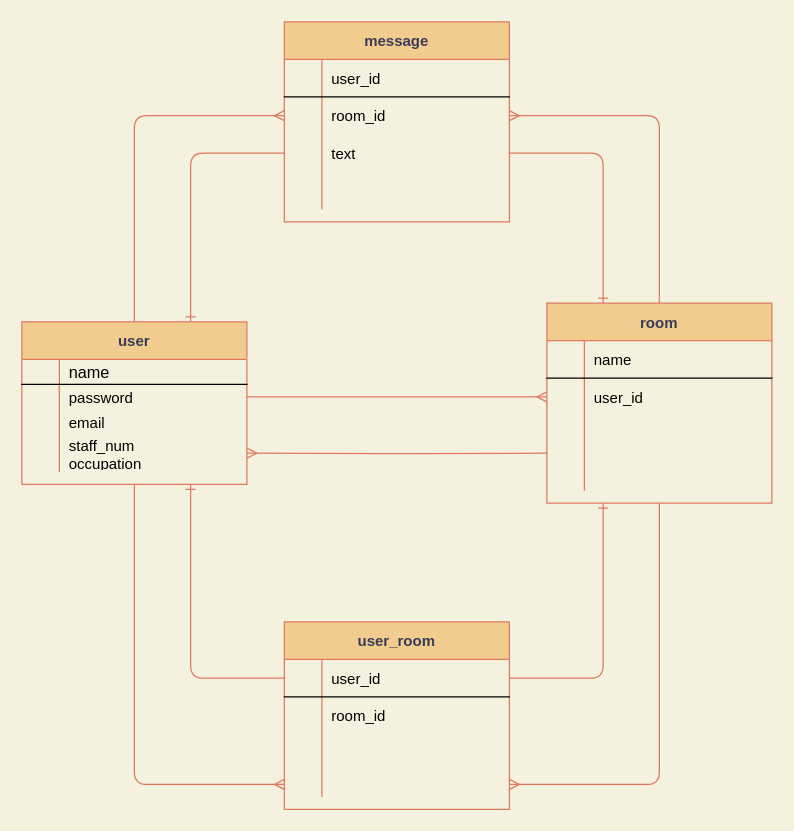
Above: medeco.dio in mamewharu/medeco (draw.io), before the change. Source tidied: cells renumbered, new cells numbered last; positions are measured from the earlier drawing's top-left corner, leaving out a move shared by most shapes. Both pictures are drawn from the tidied source at 125%, with x=0, y=0 at pixel (21, 21).
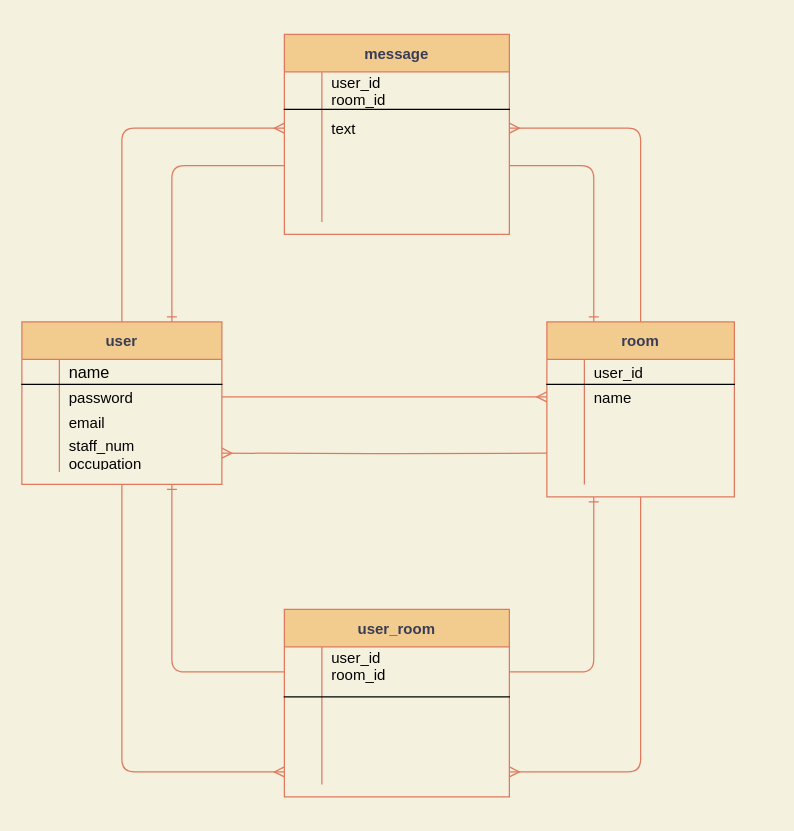
Above is the later version.

Unchanged cells that the change refers to:
```xml
<mxCell id="33" style="shape=partialRectangle;fillColor=none;top=0;left=0;bottom=1;right=0;" parent="32" vertex="1">
  <mxGeometry y="30" width="180" height="30" as="geometry" />
</mxCell>
<mxCell id="36" style="shape=partialRectangle;fillColor=none;top=0;left=0;bottom=0;right=0;points=[[0,0.5],[1,0.5]];portConstraint=eastwest;" parent="32" vertex="1">
  <mxGeometry y="60" width="180" height="30" as="geometry" />
</mxCell>
<mxCell id="39" style="shape=partialRectangle;fillColor=none;top=0;left=0;bottom=0;right=0;points=[[0,0.5],[1,0.5]];portConstraint=eastwest;" parent="32" vertex="1">
  <mxGeometry y="90" width="180" height="30" as="geometry" />
</mxCell>
```

The edit, as a diff of the source:
```diff
@@
     <mxCell id="4" value="user" style="shape=table;startSize=30;childLayout=tableLayout;rowLines=0;fontStyle=1;align=center;rounded=0;sketch=0;strokeColor=#E07A5F;fillColor=#F2CC8F;fontColor=#393C56;" parent="1" vertex="1">
-      <mxGeometry y="240" width="180" height="130" as="geometry" />
+      <mxGeometry y="240" width="160" height="130" as="geometry" />
     </mxCell>
     <mxCell id="5" style="shape=partialRectangle;fillColor=none;top=0;left=0;bottom=1;right=0;" parent="4" vertex="1">
-      <mxGeometry y="30" width="180" height="20" as="geometry" />
+      <mxGeometry y="30" width="160" height="20" as="geometry" />
     </mxCell>
@@
-    <mxCell id="7" value="name" style="shape=partialRectangle;fillColor=none;top=0;left=0;bottom=0;right=0;align=left;spacingLeft=6;fontStyle=0;overflow=hidden;fontColor=#000000;fontSize=13;" parent="5" vertex="1">
-      <mxGeometry x="30" width="150" height="20" as="geometry" />
+    <mxCell id="7" value="name" style="shape=partialRectangle;fillColor=none;top=0;left=0;bottom=0;right=0;align=left;spacingLeft=6;fontStyle=0;overflow=hidden;fontColor=#000000;fontSize=13;strokeColor=none;" parent="5" vertex="1">
+      <mxGeometry x="30" width="130" height="20" as="geometry" />
     </mxCell>
     <mxCell id="8" style="shape=partialRectangle;fillColor=none;top=0;left=0;bottom=0;right=0;points=[[0,0.5],[1,0.5]];portConstraint=eastwest;" parent="4" vertex="1">
-      <mxGeometry y="50" width="180" height="20" as="geometry" />
+      <mxGeometry y="50" width="160" height="20" as="geometry" />
     </mxCell>
@@
     <mxCell id="10" value="password" style="shape=partialRectangle;fillColor=none;top=0;left=0;bottom=0;right=0;align=left;spacingLeft=6;overflow=hidden;fontColor=#000000;" parent="8" vertex="1">
-      <mxGeometry x="30" width="150" height="20" as="geometry" />
+      <mxGeometry x="30" width="130" height="20" as="geometry" />
     </mxCell>
     <mxCell id="11" style="shape=partialRectangle;fillColor=none;top=0;left=0;bottom=0;right=0;" parent="4" vertex="1">
-      <mxGeometry y="70" width="180" height="20" as="geometry" />
+      <mxGeometry y="70" width="160" height="20" as="geometry" />
     </mxCell>
@@
     <mxCell id="13" value="email" style="shape=partialRectangle;fillColor=none;top=0;left=0;bottom=0;right=0;align=left;spacingLeft=6;overflow=hidden;fontColor=#000000;" parent="11" vertex="1">
-      <mxGeometry x="30" width="150" height="20" as="geometry" />
+      <mxGeometry x="30" width="130" height="20" as="geometry" />
     </mxCell>
     <mxCell id="14" style="shape=partialRectangle;fillColor=none;top=0;left=0;bottom=0;right=0;points=[[0,0.5],[1,0.5]];portConstraint=eastwest;" parent="4" vertex="1">
-      <mxGeometry y="90" width="180" height="30" as="geometry" />
+      <mxGeometry y="90" width="160" height="30" as="geometry" />
     </mxCell>
@@
     <mxCell id="16" value="staff_num&#10;occupation" style="shape=partialRectangle;fillColor=none;top=0;left=0;bottom=0;right=0;align=left;spacingLeft=6;overflow=hidden;fontColor=#000000;labelBackgroundColor=none;whiteSpace=wrap;" parent="14" vertex="1">
-      <mxGeometry x="30" width="150" height="30" as="geometry" />
+      <mxGeometry x="30" width="130" height="30" as="geometry" />
     </mxCell>
@@
     <mxCell id="19" value="room" style="shape=table;startSize=30;childLayout=tableLayout;rowLines=0;fontStyle=1;align=center;rounded=0;sketch=0;strokeColor=#E07A5F;fillColor=#F2CC8F;fontColor=#393C56;" parent="1" vertex="1">
-      <mxGeometry x="420" y="225" width="180" height="160" as="geometry" />
+      <mxGeometry x="420" y="240" width="150" height="140" as="geometry" />
     </mxCell>
     <mxCell id="20" style="shape=partialRectangle;fillColor=none;top=0;left=0;bottom=1;right=0;" parent="19" vertex="1">
-      <mxGeometry y="30" width="180" height="30" as="geometry" />
+      <mxGeometry y="30" width="150" height="20" as="geometry" />
     </mxCell>
     <mxCell id="21" style="shape=partialRectangle;fillColor=none;top=0;left=0;bottom=0;right=0;fontStyle=1;overflow=hidden;" parent="20" vertex="1">
-      <mxGeometry width="30" height="30" as="geometry" />
+      <mxGeometry width="30" height="20" as="geometry" />
     </mxCell>
-    <mxCell id="22" value="name" style="shape=partialRectangle;fillColor=none;top=0;left=0;bottom=0;right=0;align=left;spacingLeft=6;fontStyle=0;overflow=hidden;fontColor=#000000;" parent="20" vertex="1">
-      <mxGeometry x="30" width="150" height="30" as="geometry" />
+    <mxCell id="22" value="user_id" style="shape=partialRectangle;fillColor=none;top=0;left=0;bottom=0;right=0;align=left;spacingLeft=6;fontStyle=0;overflow=hidden;fontColor=#000000;" parent="20" vertex="1">
+      <mxGeometry x="30" width="120" height="20" as="geometry" />
     </mxCell>
     <mxCell id="23" style="shape=partialRectangle;fillColor=none;top=0;left=0;bottom=0;right=0;points=[[0,0.5],[1,0.5]];portConstraint=eastwest;" parent="19" vertex="1">
-      <mxGeometry y="60" width="180" height="30" as="geometry" />
+      <mxGeometry y="50" width="150" height="20" as="geometry" />
     </mxCell>
     <mxCell id="24" style="shape=partialRectangle;fillColor=none;top=0;left=0;bottom=0;right=0;overflow=hidden;" parent="23" vertex="1">
-      <mxGeometry width="30" height="30" as="geometry" />
+      <mxGeometry width="30" height="20" as="geometry" />
     </mxCell>
-    <mxCell id="25" value="user_id" style="shape=partialRectangle;fillColor=none;top=0;left=0;bottom=0;right=0;align=left;spacingLeft=6;overflow=hidden;fontColor=#000000;" parent="23" vertex="1">
-      <mxGeometry x="30" width="150" height="30" as="geometry" />
+    <mxCell id="25" value="name" style="shape=partialRectangle;fillColor=none;top=0;left=0;bottom=0;right=0;align=left;spacingLeft=6;overflow=hidden;fontColor=#000000;" parent="23" vertex="1">
+      <mxGeometry x="30" width="120" height="20" as="geometry" />
     </mxCell>
     <mxCell id="26" style="shape=partialRectangle;fillColor=none;top=0;left=0;bottom=0;right=0;" parent="19" vertex="1">
-      <mxGeometry y="90" width="180" height="30" as="geometry" />
+      <mxGeometry y="70" width="150" height="30" as="geometry" />
     </mxCell>
@@
     <mxCell id="28" style="shape=partialRectangle;fillColor=none;top=0;left=0;bottom=0;right=0;align=left;spacingLeft=6;overflow=hidden;" parent="26" vertex="1">
-      <mxGeometry x="30" width="150" height="30" as="geometry" />
+      <mxGeometry x="30" width="120" height="30" as="geometry" />
     </mxCell>
     <mxCell id="29" style="shape=partialRectangle;fillColor=none;top=0;left=0;bottom=0;right=0;" parent="19" vertex="1">
-      <mxGeometry y="120" width="180" height="30" as="geometry" />
+      <mxGeometry y="100" width="150" height="30" as="geometry" />
     </mxCell>
@@
     <mxCell id="31" style="shape=partialRectangle;fillColor=none;top=0;left=0;bottom=0;right=0;align=left;spacingLeft=6;overflow=hidden;" parent="29" vertex="1">
-      <mxGeometry x="30" width="150" height="30" as="geometry" />
+      <mxGeometry x="30" width="120" height="30" as="geometry" />
     </mxCell>
     <mxCell id="32" value="message" style="shape=table;startSize=30;childLayout=tableLayout;rowLines=0;fontStyle=1;align=center;rounded=0;sketch=0;strokeColor=#E07A5F;fillColor=#F2CC8F;fontColor=#393C56;" parent="1" vertex="1">
-      <mxGeometry x="210" width="180" height="160" as="geometry" />
+      <mxGeometry x="210" y="10" width="180" height="160" as="geometry" />
     </mxCell>
@@
-    <mxCell id="35" value="user_id" style="shape=partialRectangle;fillColor=none;top=0;left=0;bottom=0;right=0;align=left;spacingLeft=6;fontStyle=0;overflow=hidden;fontColor=#000000;" parent="33" vertex="1">
+    <mxCell id="35" value="user_id&#10;room_id" style="shape=partialRectangle;fillColor=none;top=0;left=0;bottom=0;right=0;align=left;spacingLeft=6;fontStyle=0;overflow=hidden;fontColor=#000000;strokeColor=none;" parent="33" vertex="1">
       <mxGeometry x="30" width="150" height="30" as="geometry" />
     </mxCell>
@@
-    <mxCell id="38" value="room_id" style="shape=partialRectangle;fillColor=none;top=0;left=0;bottom=0;right=0;align=left;spacingLeft=6;overflow=hidden;fontColor=#000000;" parent="36" vertex="1">
+    <mxCell id="38" value="text" style="shape=partialRectangle;fillColor=none;top=0;left=0;bottom=0;right=0;align=left;spacingLeft=6;overflow=hidden;fontColor=#000000;" parent="36" vertex="1">
       <mxGeometry x="30" width="150" height="30" as="geometry" />
     </mxCell>
@@
-    <mxCell id="41" value="text" style="shape=partialRectangle;fillColor=none;top=0;left=0;bottom=0;right=0;align=left;spacingLeft=6;overflow=hidden;fontColor=#000000;" parent="39" vertex="1">
+    <mxCell id="41" style="shape=partialRectangle;fillColor=none;top=0;left=0;bottom=0;right=0;align=left;spacingLeft=6;overflow=hidden;fontColor=#000000;" parent="39" vertex="1">
       <mxGeometry x="30" width="150" height="30" as="geometry" />
     </mxCell>
@@
     <mxCell id="45" value="user_room" style="shape=table;startSize=30;childLayout=tableLayout;rowLines=0;fontStyle=1;align=center;rounded=0;sketch=0;strokeColor=#E07A5F;fillColor=#F2CC8F;fontColor=#393C56;" parent="1" vertex="1">
-      <mxGeometry x="210" y="480" width="180" height="150" as="geometry" />
+      <mxGeometry x="210" y="470" width="180" height="150" as="geometry" />
     </mxCell>
     <mxCell id="46" style="shape=partialRectangle;fillColor=none;top=0;left=0;bottom=1;right=0;points=[[0,0.5],[1,0.5]];portConstraint=eastwest;" parent="45" vertex="1">
-      <mxGeometry y="30" width="180" height="30" as="geometry" />
+      <mxGeometry y="30" width="180" height="40" as="geometry" />
     </mxCell>
     <mxCell id="47" style="shape=partialRectangle;fillColor=none;top=0;left=0;bottom=0;right=0;fontStyle=1;overflow=hidden;" parent="46" vertex="1">
-      <mxGeometry width="30" height="30" as="geometry" />
+      <mxGeometry width="30" height="40" as="geometry" />
     </mxCell>
-    <mxCell id="48" value="user_id" style="shape=partialRectangle;fillColor=none;top=0;left=0;bottom=0;right=0;align=left;spacingLeft=6;fontStyle=0;overflow=hidden;fontColor=#000000;" parent="46" vertex="1">
-      <mxGeometry x="30" width="150" height="30" as="geometry" />
+    <mxCell id="48" value="user_id&#10;room_id&#10;" style="shape=partialRectangle;fillColor=none;top=0;left=0;bottom=0;right=0;align=left;spacingLeft=6;fontStyle=0;overflow=hidden;fontColor=#000000;" parent="46" vertex="1">
+      <mxGeometry x="30" width="150" height="40" as="geometry" />
     </mxCell>
     <mxCell id="49" style="shape=partialRectangle;fillColor=none;top=0;left=0;bottom=0;right=0;" parent="45" vertex="1">
-      <mxGeometry y="60" width="180" height="30" as="geometry" />
+      <mxGeometry y="70" width="180" height="20" as="geometry" />
     </mxCell>
     <mxCell id="50" style="shape=partialRectangle;fillColor=none;top=0;left=0;bottom=0;right=0;overflow=hidden;" parent="49" vertex="1">
-      <mxGeometry width="30" height="30" as="geometry" />
+      <mxGeometry width="30" height="20" as="geometry" />
     </mxCell>
-    <mxCell id="51" value="room_id" style="shape=partialRectangle;fillColor=none;top=0;left=0;bottom=0;right=0;align=left;spacingLeft=6;overflow=hidden;fontColor=#000000;" parent="49" vertex="1">
-      <mxGeometry x="30" width="150" height="30" as="geometry" />
+    <mxCell id="51" style="shape=partialRectangle;fillColor=none;top=0;left=0;bottom=0;right=0;align=left;spacingLeft=6;overflow=hidden;fontColor=#000000;" parent="49" vertex="1">
+      <mxGeometry x="30" width="150" height="20" as="geometry" />
     </mxCell>
```
